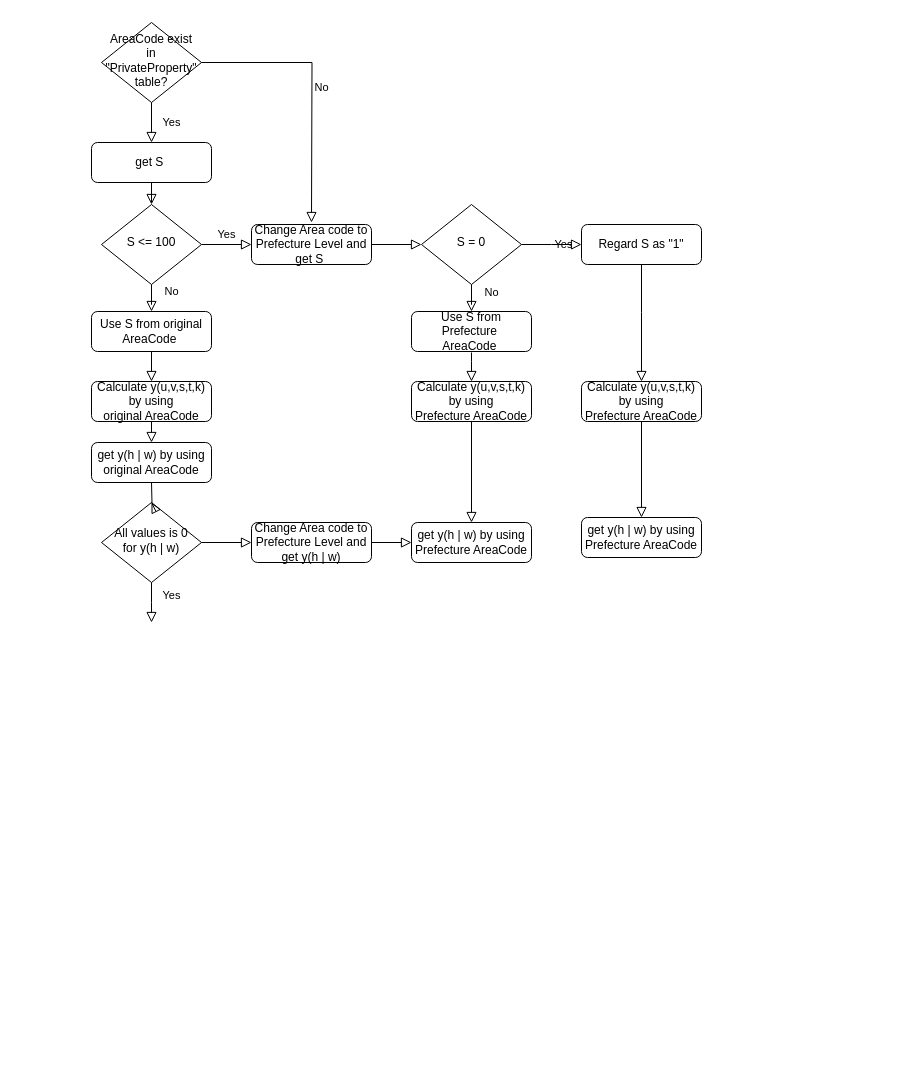
Above: project/StudioLOC Diagram.drawio in Asshi01/my-first-practice-web-app (draw.io), before the change. Source tidied: cells renumbered, new cells numbered last; positions are measured from the earlier drawing's top-left corner, leaving out a move shared by most shapes. Both pictures are drawn from the tidied source at 100%, with x=0, y=0 at pixel (91, 22).
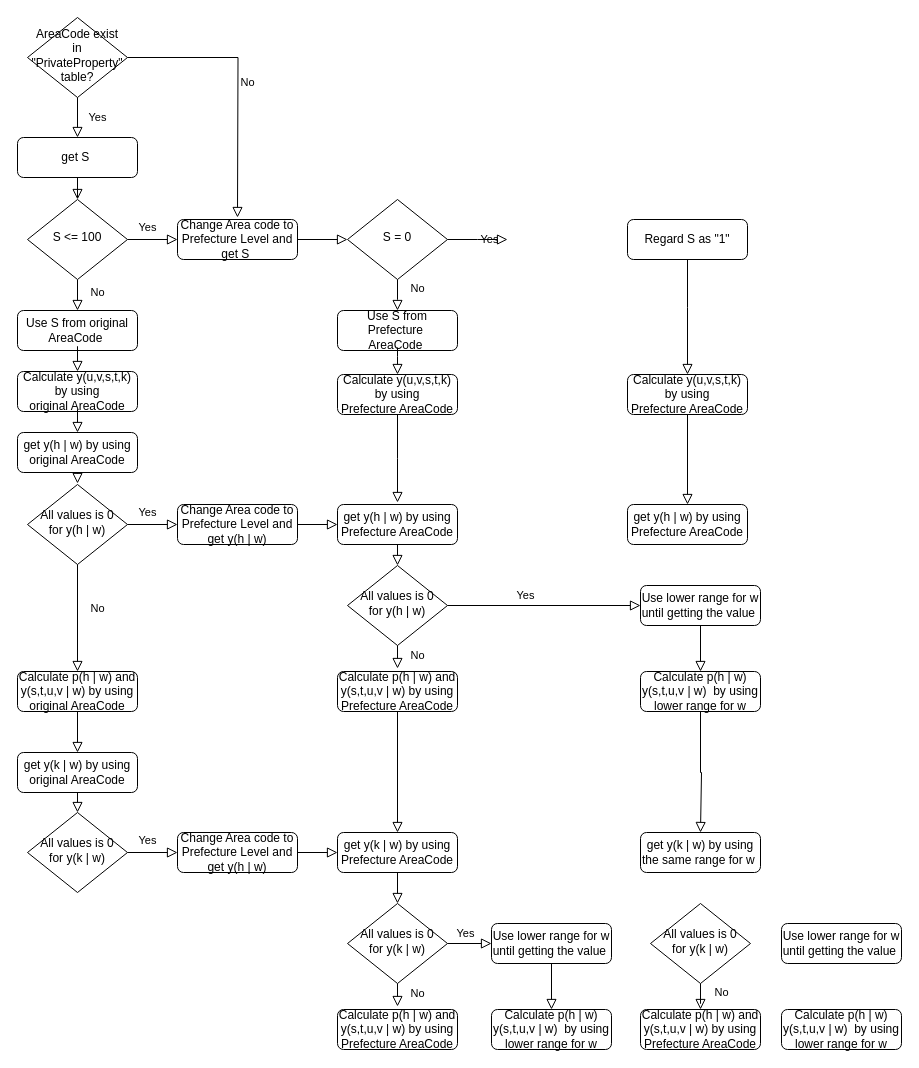
Above is the later version.

What changed in the source:
```diff
@@
     <mxCell id="3" value="get S&amp;nbsp;" style="rounded=1;whiteSpace=wrap;html=1;fontSize=12;glass=0;strokeWidth=1;shadow=0;" parent="1" vertex="1">
-      <mxGeometry y="120" width="120" height="40" as="geometry" />
+      <mxGeometry x="-74" y="115" width="120" height="40" as="geometry" />
     </mxCell>
@@
     <mxCell id="5" value="Yes" style="edgeStyle=orthogonalEdgeStyle;rounded=0;html=1;jettySize=auto;fontSize=11;endArrow=block;endFill=0;endSize=8;strokeWidth=1;shadow=0;labelBackgroundColor=none;" parent="1" edge="1" source="6" target="7">
-      <mxGeometry y="10" relative="1" as="geometry" />
+      <mxGeometry x="-0.2" y="12" relative="1" as="geometry" />
     </mxCell>
     <mxCell id="6" value="S &amp;lt;= 100" style="rhombus;whiteSpace=wrap;html=1;shadow=0;fontFamily=Helvetica;fontSize=12;align=center;strokeWidth=1;spacing=6;spacingTop=-4;" parent="1" vertex="1">
-      <mxGeometry x="10" y="182" width="100" height="80" as="geometry" />
+      <mxGeometry x="-64" y="177" width="100" height="80" as="geometry" />
     </mxCell>
     <mxCell id="7" value="Change Area code to Prefecture Level&amp;nbsp;and get S&amp;nbsp;" style="rounded=1;whiteSpace=wrap;html=1;fontSize=12;glass=0;strokeWidth=1;shadow=0;" parent="1" vertex="1">
-      <mxGeometry x="160" y="202" width="120" height="40" as="geometry" />
+      <mxGeometry x="86" y="197" width="120" height="40" as="geometry" />
     </mxCell>
     <mxCell id="8" value="Calculate y(u,v,s,t,k) by using&lt;br&gt;original AreaCode" style="rounded=1;whiteSpace=wrap;html=1;fontSize=12;glass=0;strokeWidth=1;shadow=0;" parent="1" vertex="1">
-      <mxGeometry y="359" width="120" height="40" as="geometry" />
+      <mxGeometry x="-74" y="349" width="120" height="40" as="geometry" />
     </mxCell>
     <mxCell id="9" value="S = 0" style="rhombus;whiteSpace=wrap;html=1;shadow=0;fontFamily=Helvetica;fontSize=12;align=center;strokeWidth=1;spacing=6;spacingTop=-4;" parent="1" vertex="1">
-      <mxGeometry x="330" y="182" width="100" height="80" as="geometry" />
+      <mxGeometry x="256" y="177" width="100" height="80" as="geometry" />
     </mxCell>
@@
     <mxCell id="11" value="Yes" style="edgeStyle=orthogonalEdgeStyle;rounded=0;html=1;jettySize=auto;fontSize=11;endArrow=block;endFill=0;endSize=8;strokeWidth=1;shadow=0;labelBackgroundColor=none;exitX=1;exitY=0.5;exitDx=0;exitDy=0;" parent="1" edge="1" source="9">
       <mxGeometry y="12" relative="1" as="geometry">
-        <mxPoint x="490" y="222" as="targetPoint" />
+        <mxPoint x="416" y="217" as="targetPoint" />
       </mxGeometry>
     </mxCell>
     <mxCell id="12" value="Regard S as &quot;1&quot;" style="rounded=1;whiteSpace=wrap;html=1;fontSize=12;glass=0;strokeWidth=1;shadow=0;" parent="1" vertex="1">
-      <mxGeometry x="490" y="202" width="120" height="40" as="geometry" />
+      <mxGeometry x="536" y="197" width="120" height="40" as="geometry" />
     </mxCell>
     <mxCell id="13" value="Use S from Prefecture&amp;nbsp;&lt;br&gt;AreaCode&amp;nbsp;" style="rounded=1;whiteSpace=wrap;html=1;fontSize=12;glass=0;strokeWidth=1;shadow=0;" parent="1" vertex="1">
-      <mxGeometry x="320" y="289" width="120" height="40" as="geometry" />
+      <mxGeometry x="246" y="288" width="120" height="40" as="geometry" />
     </mxCell>
     <mxCell id="14" value="Use S from original AreaCode&amp;nbsp;" style="rounded=1;whiteSpace=wrap;html=1;fontSize=12;glass=0;strokeWidth=1;shadow=0;" parent="1" vertex="1">
-      <mxGeometry y="289" width="120" height="40" as="geometry" />
+      <mxGeometry x="-74" y="288" width="120" height="40" as="geometry" />
     </mxCell>
     <mxCell id="15" value="No" style="rounded=0;html=1;jettySize=auto;fontSize=11;endArrow=block;endFill=0;endSize=8;strokeWidth=1;shadow=0;labelBackgroundColor=none;edgeStyle=orthogonalEdgeStyle;entryX=0.5;entryY=0;entryDx=0;entryDy=0;exitX=0.5;exitY=1;exitDx=0;exitDy=0;" parent="1" edge="1" source="9" target="13">
       <mxGeometry x="-0.41" y="20" relative="1" as="geometry">
         <Array as="points">
-          <mxPoint x="380" y="282" />
-          <mxPoint x="380" y="282" />
+          <mxPoint x="306" y="277" />
+          <mxPoint x="306" y="277" />
         </Array>
       </mxGeometry>
     </mxCell>
     <mxCell id="16" value="AreaCode exist in &quot;PrivateProperty&quot; table?" style="rhombus;whiteSpace=wrap;html=1;shadow=0;fontFamily=Helvetica;fontSize=12;align=center;strokeWidth=1;spacing=6;spacingTop=-4;" parent="1" vertex="1">
-      <mxGeometry x="10" width="100" height="80" as="geometry" />
+      <mxGeometry x="-64" y="-5" width="100" height="80" as="geometry" />
     </mxCell>
     <mxCell id="17" value="No" style="edgeStyle=orthogonalEdgeStyle;rounded=0;html=1;jettySize=auto;fontSize=11;endArrow=block;endFill=0;endSize=8;strokeWidth=1;shadow=0;labelBackgroundColor=none;exitX=1;exitY=0.5;exitDx=0;exitDy=0;" parent="1" edge="1" source="16">
       <mxGeometry y="10" relative="1" as="geometry">
-        <mxPoint x="220" y="200" as="targetPoint" />
+        <mxPoint x="146" y="195" as="targetPoint" />
       </mxGeometry>
     </mxCell>
@@
     <mxCell id="19" style="edgeStyle=orthogonalEdgeStyle;rounded=0;html=1;jettySize=auto;fontSize=11;endArrow=block;endFill=0;endSize=8;strokeWidth=1;shadow=0;labelBackgroundColor=none;entryX=0.5;entryY=0;entryDx=0;entryDy=0;exitX=0.5;exitY=1;exitDx=0;exitDy=0;" parent="1" edge="1" source="14" target="8">
       <mxGeometry x="-0.2" y="10" relative="1" as="geometry">
         <Array as="points">
-          <mxPoint x="60" y="329" />
-          <mxPoint x="60" y="329" />
+          <mxPoint x="-14" y="324" />
+          <mxPoint x="-14" y="324" />
         </Array>
       </mxGeometry>
     </mxCell>
     <mxCell id="20" value="Calculate y(u,v,s,t,k) by using&lt;br&gt;Prefecture AreaCode" style="rounded=1;whiteSpace=wrap;html=1;fontSize=12;glass=0;strokeWidth=1;shadow=0;" parent="1" vertex="1">
-      <mxGeometry x="320" y="359" width="120" height="40" as="geometry" />
+      <mxGeometry x="246" y="352" width="120" height="40" as="geometry" />
     </mxCell>
     <mxCell id="21" value="Calculate y(u,v,s,t,k) by using&lt;br&gt;Prefecture AreaCode" style="rounded=1;whiteSpace=wrap;html=1;fontSize=12;glass=0;strokeWidth=1;shadow=0;" parent="1" vertex="1">
-      <mxGeometry x="490" y="359" width="120" height="40" as="geometry" />
+      <mxGeometry x="536" y="352" width="120" height="40" as="geometry" />
     </mxCell>
     <mxCell id="22" style="edgeStyle=orthogonalEdgeStyle;rounded=0;html=1;jettySize=auto;fontSize=11;endArrow=block;endFill=0;endSize=8;strokeWidth=1;shadow=0;labelBackgroundColor=none;entryX=0.5;entryY=0;entryDx=0;entryDy=0;" parent="1" edge="1" target="20">
       <mxGeometry x="-0.2" y="10" relative="1" as="geometry">
-        <mxPoint x="380" y="330" as="sourcePoint" />
+        <mxPoint x="306" y="325" as="sourcePoint" />
         <Array as="points">
-          <mxPoint x="380" y="339" />
-          <mxPoint x="380" y="339" />
+          <mxPoint x="306" y="334" />
+          <mxPoint x="306" y="334" />
         </Array>
       </mxGeometry>
     </mxCell>
     <mxCell id="23" style="edgeStyle=orthogonalEdgeStyle;rounded=0;html=1;jettySize=auto;fontSize=11;endArrow=block;endFill=0;endSize=8;strokeWidth=1;shadow=0;labelBackgroundColor=none;entryX=0.5;entryY=0;entryDx=0;entryDy=0;exitX=0.5;exitY=1;exitDx=0;exitDy=0;" parent="1" edge="1" source="12" target="21">
       <mxGeometry x="-0.2" y="10" relative="1" as="geometry">
         <Array as="points">
-          <mxPoint x="550" y="290" />
-          <mxPoint x="550" y="290" />
+          <mxPoint x="596" y="285" />
+          <mxPoint x="596" y="285" />
         </Array>
       </mxGeometry>
     </mxCell>
     <mxCell id="24" value="get y(h | w) by using&lt;br&gt;original AreaCode" style="rounded=1;whiteSpace=wrap;html=1;fontSize=12;glass=0;strokeWidth=1;shadow=0;" parent="1" vertex="1">
-      <mxGeometry y="420" width="120" height="40" as="geometry" />
+      <mxGeometry x="-74" y="410" width="120" height="40" as="geometry" />
     </mxCell>
     <mxCell id="25" value="All values is 0 for y(h | w)" style="rhombus;whiteSpace=wrap;html=1;shadow=0;fontFamily=Helvetica;fontSize=12;align=center;strokeWidth=1;spacing=6;spacingTop=-4;" parent="1" vertex="1">
-      <mxGeometry x="10" y="480" width="100" height="80" as="geometry" />
+      <mxGeometry x="-64" y="462" width="100" height="80" as="geometry" />
     </mxCell>
-    <mxCell id="26" value="Yes" style="rounded=0;html=1;jettySize=auto;fontSize=11;endArrow=block;endFill=0;endSize=8;strokeWidth=1;shadow=0;labelBackgroundColor=none;edgeStyle=orthogonalEdgeStyle;exitX=0.5;exitY=1;exitDx=0;exitDy=0;" parent="1" edge="1" source="25">
-      <mxGeometry x="-0.33" y="20" relative="1" as="geometry">
-        <mxPoint x="60" y="600" as="targetPoint" />
-        <Array as="points">
-          <mxPoint x="60" y="580" />
-          <mxPoint x="60" y="580" />
-        </Array>
-      </mxGeometry>
+    <mxCell id="26" value="No" style="rounded=0;html=1;jettySize=auto;fontSize=11;endArrow=block;endFill=0;endSize=8;strokeWidth=1;shadow=0;labelBackgroundColor=none;edgeStyle=orthogonalEdgeStyle;exitX=0.5;exitY=1;exitDx=0;exitDy=0;entryX=0.5;entryY=0;entryDx=0;entryDy=0;" parent="1" edge="1" source="25" target="36">
+      <mxGeometry x="-0.17" y="20" relative="1" as="geometry" />
     </mxCell>
     <mxCell id="27" value="Change Area code to Prefecture Level&amp;nbsp;and get y(h | w)" style="rounded=1;whiteSpace=wrap;html=1;fontSize=12;glass=0;strokeWidth=1;shadow=0;" parent="1" vertex="1">
-      <mxGeometry x="160" y="500" width="120" height="40" as="geometry" />
+      <mxGeometry x="86" y="482" width="120" height="40" as="geometry" />
     </mxCell>
     <mxCell id="28" value="get y(h | w) by using&lt;br&gt;Prefecture AreaCode" style="rounded=1;whiteSpace=wrap;html=1;fontSize=12;glass=0;strokeWidth=1;shadow=0;" parent="1" vertex="1">
-      <mxGeometry x="320" y="500" width="120" height="40" as="geometry" />
+      <mxGeometry x="246" y="482" width="120" height="40" as="geometry" />
     </mxCell>
     <mxCell id="29" value="get y(h | w) by using&lt;br&gt;Prefecture AreaCode" style="rounded=1;whiteSpace=wrap;html=1;fontSize=12;glass=0;strokeWidth=1;shadow=0;" parent="1" vertex="1">
-      <mxGeometry x="490" y="495" width="120" height="40" as="geometry" />
+      <mxGeometry x="536" y="482" width="120" height="40" as="geometry" />
     </mxCell>
     <mxCell id="30" style="edgeStyle=orthogonalEdgeStyle;rounded=0;html=1;jettySize=auto;fontSize=11;endArrow=block;endFill=0;endSize=8;strokeWidth=1;shadow=0;labelBackgroundColor=none;entryX=0.5;entryY=0;entryDx=0;entryDy=0;exitX=0.5;exitY=1;exitDx=0;exitDy=0;" parent="1" edge="1" source="8" target="24">
       <mxGeometry x="-0.2" y="10" relative="1" as="geometry">
         <Array as="points">
-          <mxPoint x="60" y="410" />
-          <mxPoint x="60" y="410" />
+          <mxPoint x="-14" y="387" />
+          <mxPoint x="-14" y="387" />
         </Array>
       </mxGeometry>
     </mxCell>
-    <mxCell id="31" style="edgeStyle=orthogonalEdgeStyle;rounded=0;html=1;jettySize=auto;fontSize=11;endArrow=block;endFill=0;endSize=8;strokeWidth=1;shadow=0;labelBackgroundColor=none;" parent="1" edge="1" target="25">
+    <mxCell id="31" style="edgeStyle=orthogonalEdgeStyle;rounded=0;html=1;jettySize=auto;fontSize=11;endArrow=block;endFill=0;endSize=8;strokeWidth=1;shadow=0;labelBackgroundColor=none;exitX=0.5;exitY=1;exitDx=0;exitDy=0;" parent="1" edge="1" source="24">
       <mxGeometry x="-0.2" y="10" relative="1" as="geometry">
-        <mxPoint x="60" y="460" as="sourcePoint" />
+        <mxPoint x="-14" y="461" as="targetPoint" />
       </mxGeometry>
     </mxCell>
@@
-    <mxCell id="33" style="edgeStyle=orthogonalEdgeStyle;rounded=0;html=1;jettySize=auto;fontSize=11;endArrow=block;endFill=0;endSize=8;strokeWidth=1;shadow=0;labelBackgroundColor=none;entryX=0;entryY=0.5;entryDx=0;entryDy=0;exitX=1;exitY=0.5;exitDx=0;exitDy=0;" parent="1" edge="1" source="25" target="27">
-      <mxGeometry x="-0.2" y="10" relative="1" as="geometry" />
-    </mxCell>
     <mxCell id="34" style="edgeStyle=orthogonalEdgeStyle;rounded=0;html=1;jettySize=auto;fontSize=11;endArrow=block;endFill=0;endSize=8;strokeWidth=1;shadow=0;labelBackgroundColor=none;" parent="1" edge="1" source="20">
       <mxGeometry x="-0.2" y="10" relative="1" as="geometry">
-        <mxPoint x="380" y="500" as="targetPoint" />
+        <mxPoint x="306" y="480" as="targetPoint" />
       </mxGeometry>
     </mxCell>
@@
+    <mxCell id="36" value="Calculate p(h | w) and y(s,t,u,v | w) by using&lt;br&gt;original AreaCode" style="rounded=1;whiteSpace=wrap;html=1;fontSize=12;glass=0;strokeWidth=1;shadow=0;" parent="1" vertex="1">
+      <mxGeometry x="-74" y="649" width="120" height="40" as="geometry" />
+    </mxCell>
+    <mxCell id="33" value="Yes" style="edgeStyle=orthogonalEdgeStyle;rounded=0;html=1;jettySize=auto;fontSize=11;endArrow=block;endFill=0;endSize=8;strokeWidth=1;shadow=0;labelBackgroundColor=none;exitX=1;exitY=0.5;exitDx=0;exitDy=0;entryX=0;entryY=0.5;entryDx=0;entryDy=0;" parent="1" edge="1" source="25" target="27">
+      <mxGeometry x="-0.2" y="12" relative="1" as="geometry" />
+    </mxCell>
+    <mxCell id="37" value="All values is 0 for y(h | w)" style="rhombus;whiteSpace=wrap;html=1;shadow=0;fontFamily=Helvetica;fontSize=12;align=center;strokeWidth=1;spacing=6;spacingTop=-4;" parent="1" vertex="1">
+      <mxGeometry x="256" y="543" width="100" height="80" as="geometry" />
+    </mxCell>
+    <mxCell id="38" value="Use lower range for w&lt;br&gt;until getting the value&amp;nbsp;" style="rounded=1;whiteSpace=wrap;html=1;fontSize=12;glass=0;strokeWidth=1;shadow=0;" parent="1" vertex="1">
+      <mxGeometry x="549" y="563" width="120" height="40" as="geometry" />
+    </mxCell>
+    <mxCell id="39" value="Calculate p(h | w) and y(s,t,u,v | w) by using&lt;br&gt;Prefecture AreaCode" style="rounded=1;whiteSpace=wrap;html=1;fontSize=12;glass=0;strokeWidth=1;shadow=0;" parent="1" vertex="1">
+      <mxGeometry x="246" y="649" width="120" height="40" as="geometry" />
+    </mxCell>
+    <mxCell id="40" value="No" style="rounded=0;html=1;jettySize=auto;fontSize=11;endArrow=block;endFill=0;endSize=8;strokeWidth=1;shadow=0;labelBackgroundColor=none;edgeStyle=orthogonalEdgeStyle;exitX=0.5;exitY=1;exitDx=0;exitDy=0;" parent="1" edge="1" source="37">
+      <mxGeometry x="-0.17" y="20" relative="1" as="geometry">
+        <mxPoint x="306" y="646" as="targetPoint" />
+      </mxGeometry>
+    </mxCell>
+    <mxCell id="41" style="edgeStyle=orthogonalEdgeStyle;rounded=0;html=1;jettySize=auto;fontSize=11;endArrow=block;endFill=0;endSize=8;strokeWidth=1;shadow=0;labelBackgroundColor=none;exitX=0.5;exitY=1;exitDx=0;exitDy=0;entryX=0.5;entryY=0;entryDx=0;entryDy=0;" parent="1" edge="1" source="28" target="37">
+      <mxGeometry x="-0.2" y="10" relative="1" as="geometry" />
+    </mxCell>
+    <mxCell id="42" value="Yes" style="edgeStyle=orthogonalEdgeStyle;rounded=0;html=1;jettySize=auto;fontSize=11;endArrow=block;endFill=0;endSize=8;strokeWidth=1;shadow=0;labelBackgroundColor=none;exitX=1;exitY=0.5;exitDx=0;exitDy=0;entryX=0;entryY=0.5;entryDx=0;entryDy=0;" parent="1" edge="1" source="37" target="38">
+      <mxGeometry x="-0.19" y="10" relative="1" as="geometry" />
+    </mxCell>
+    <mxCell id="43" value="Calculate p(h | w) y(s,t,u,v | w)&amp;nbsp;&amp;nbsp;by using lower range for w" style="rounded=1;whiteSpace=wrap;html=1;fontSize=12;glass=0;strokeWidth=1;shadow=0;" parent="1" vertex="1">
+      <mxGeometry x="549" y="649" width="120" height="40" as="geometry" />
+    </mxCell>
+    <mxCell id="44" style="edgeStyle=orthogonalEdgeStyle;rounded=0;html=1;jettySize=auto;fontSize=11;endArrow=block;endFill=0;endSize=8;strokeWidth=1;shadow=0;labelBackgroundColor=none;" parent="1" edge="1" source="38" target="43">
+      <mxGeometry x="-0.2" y="10" relative="1" as="geometry" />
+    </mxCell>
+    <mxCell id="45" value="get y(k | w) by using&lt;br&gt;original AreaCode" style="rounded=1;whiteSpace=wrap;html=1;fontSize=12;glass=0;strokeWidth=1;shadow=0;" parent="1" vertex="1">
+      <mxGeometry x="-74" y="730" width="120" height="40" as="geometry" />
+    </mxCell>
+    <mxCell id="46" style="edgeStyle=orthogonalEdgeStyle;rounded=0;html=1;jettySize=auto;fontSize=11;endArrow=block;endFill=0;endSize=8;strokeWidth=1;shadow=0;labelBackgroundColor=none;entryX=0.5;entryY=0;entryDx=0;entryDy=0;" parent="1" edge="1" source="36" target="45">
+      <mxGeometry x="-0.2" y="10" relative="1" as="geometry" />
+    </mxCell>
+    <mxCell id="47" value="All values is 0 for y(k | w)" style="rhombus;whiteSpace=wrap;html=1;shadow=0;fontFamily=Helvetica;fontSize=12;align=center;strokeWidth=1;spacing=6;spacingTop=-4;" parent="1" vertex="1">
+      <mxGeometry x="-64" y="790" width="100" height="80" as="geometry" />
+    </mxCell>
+    <mxCell id="48" value="Change Area code to Prefecture Level&amp;nbsp;and get y(h | w)" style="rounded=1;whiteSpace=wrap;html=1;fontSize=12;glass=0;strokeWidth=1;shadow=0;" parent="1" vertex="1">
+      <mxGeometry x="86" y="810" width="120" height="40" as="geometry" />
+    </mxCell>
+    <mxCell id="49" value="get y(k | w) by using&lt;br&gt;Prefecture AreaCode" style="rounded=1;whiteSpace=wrap;html=1;fontSize=12;glass=0;strokeWidth=1;shadow=0;" parent="1" vertex="1">
+      <mxGeometry x="246" y="810" width="120" height="40" as="geometry" />
+    </mxCell>
+    <mxCell id="50" value="All values is 0 for y(k | w)" style="rhombus;whiteSpace=wrap;html=1;shadow=0;fontFamily=Helvetica;fontSize=12;align=center;strokeWidth=1;spacing=6;spacingTop=-4;" parent="1" vertex="1">
+      <mxGeometry x="256" y="881" width="100" height="80" as="geometry" />
+    </mxCell>
+    <mxCell id="51" value="Use lower range for w&lt;br&gt;until getting the value&amp;nbsp;" style="rounded=1;whiteSpace=wrap;html=1;fontSize=12;glass=0;strokeWidth=1;shadow=0;" parent="1" vertex="1">
+      <mxGeometry x="400" y="901" width="120" height="40" as="geometry" />
+    </mxCell>
+    <mxCell id="52" value="Calculate p(h | w) and y(s,t,u,v | w) by using&lt;br&gt;Prefecture AreaCode" style="rounded=1;whiteSpace=wrap;html=1;fontSize=12;glass=0;strokeWidth=1;shadow=0;" parent="1" vertex="1">
+      <mxGeometry x="246" y="987" width="120" height="40" as="geometry" />
+    </mxCell>
+    <mxCell id="53" value="No" style="rounded=0;html=1;jettySize=auto;fontSize=11;endArrow=block;endFill=0;endSize=8;strokeWidth=1;shadow=0;labelBackgroundColor=none;edgeStyle=orthogonalEdgeStyle;exitX=0.5;exitY=1;exitDx=0;exitDy=0;" parent="1" edge="1" source="50">
+      <mxGeometry x="-0.17" y="20" relative="1" as="geometry">
+        <mxPoint x="306" y="984" as="targetPoint" />
+      </mxGeometry>
+    </mxCell>
+    <mxCell id="54" value="Yes" style="edgeStyle=orthogonalEdgeStyle;rounded=0;html=1;jettySize=auto;fontSize=11;endArrow=block;endFill=0;endSize=8;strokeWidth=1;shadow=0;labelBackgroundColor=none;exitX=1;exitY=0.5;exitDx=0;exitDy=0;entryX=0;entryY=0.5;entryDx=0;entryDy=0;" parent="1" edge="1" source="50" target="51">
+      <mxGeometry x="-0.19" y="10" relative="1" as="geometry" />
+    </mxCell>
+    <mxCell id="55" value="Yes" style="edgeStyle=orthogonalEdgeStyle;rounded=0;html=1;jettySize=auto;fontSize=11;endArrow=block;endFill=0;endSize=8;strokeWidth=1;shadow=0;labelBackgroundColor=none;entryX=0;entryY=0.5;entryDx=0;entryDy=0;" parent="1" edge="1" source="47" target="48">
+      <mxGeometry x="-0.2" y="12" relative="1" as="geometry" />
+    </mxCell>
+    <mxCell id="56" style="edgeStyle=orthogonalEdgeStyle;rounded=0;html=1;jettySize=auto;fontSize=11;endArrow=block;endFill=0;endSize=8;strokeWidth=1;shadow=0;labelBackgroundColor=none;entryX=0.5;entryY=0;entryDx=0;entryDy=0;" parent="1" edge="1" target="47">
+      <mxGeometry x="-0.2" y="10" relative="1" as="geometry">
+        <mxPoint x="-14" y="770" as="sourcePoint" />
+      </mxGeometry>
+    </mxCell>
+    <mxCell id="57" style="edgeStyle=orthogonalEdgeStyle;rounded=0;html=1;jettySize=auto;fontSize=11;endArrow=block;endFill=0;endSize=8;strokeWidth=1;shadow=0;labelBackgroundColor=none;entryX=0;entryY=0.5;entryDx=0;entryDy=0;exitX=1;exitY=0.5;exitDx=0;exitDy=0;" parent="1" edge="1" source="48" target="49">
+      <mxGeometry x="-0.2" y="10" relative="1" as="geometry" />
+    </mxCell>
+    <mxCell id="58" style="edgeStyle=orthogonalEdgeStyle;rounded=0;html=1;jettySize=auto;fontSize=11;endArrow=block;endFill=0;endSize=8;strokeWidth=1;shadow=0;labelBackgroundColor=none;exitX=0.5;exitY=1;exitDx=0;exitDy=0;" parent="1" edge="1" source="49" target="50">
+      <mxGeometry x="-0.2" y="10" relative="1" as="geometry" />
+    </mxCell>
+    <mxCell id="59" style="edgeStyle=orthogonalEdgeStyle;rounded=0;html=1;jettySize=auto;fontSize=11;endArrow=block;endFill=0;endSize=8;strokeWidth=1;shadow=0;labelBackgroundColor=none;entryX=0.5;entryY=0;entryDx=0;entryDy=0;exitX=0.5;exitY=1;exitDx=0;exitDy=0;" parent="1" edge="1" source="39" target="49">
+      <mxGeometry x="-0.2" y="10" relative="1" as="geometry" />
+    </mxCell>
+    <mxCell id="60" value="Calculate p(h | w) y(s,t,u,v | w)&amp;nbsp;&amp;nbsp;by using lower range for w" style="rounded=1;whiteSpace=wrap;html=1;fontSize=12;glass=0;strokeWidth=1;shadow=0;" parent="1" vertex="1">
+      <mxGeometry x="400" y="987" width="120" height="40" as="geometry" />
+    </mxCell>
+    <mxCell id="61" value="get y(k | w) by using&lt;br&gt;the same range for w&amp;nbsp;" style="rounded=1;whiteSpace=wrap;html=1;fontSize=12;glass=0;strokeWidth=1;shadow=0;" parent="1" vertex="1">
+      <mxGeometry x="549" y="810" width="120" height="40" as="geometry" />
+    </mxCell>
+    <mxCell id="62" style="edgeStyle=orthogonalEdgeStyle;rounded=0;html=1;jettySize=auto;fontSize=11;endArrow=block;endFill=0;endSize=8;strokeWidth=1;shadow=0;labelBackgroundColor=none;exitX=0.5;exitY=1;exitDx=0;exitDy=0;entryX=0.5;entryY=0;entryDx=0;entryDy=0;" parent="1" edge="1" source="43" target="61">
+      <mxGeometry x="-0.2" y="10" relative="1" as="geometry">
+        <Array as="points">
+          <mxPoint x="609" y="750" />
+          <mxPoint x="610" y="750" />
+        </Array>
+      </mxGeometry>
+    </mxCell>
+    <mxCell id="63" value="All values is 0 for y(k | w)" style="rhombus;whiteSpace=wrap;html=1;shadow=0;fontFamily=Helvetica;fontSize=12;align=center;strokeWidth=1;spacing=6;spacingTop=-4;" parent="1" vertex="1">
+      <mxGeometry x="559" y="881" width="100" height="80" as="geometry" />
+    </mxCell>
+    <mxCell id="64" value="Use lower range for w&lt;br&gt;until getting the value&amp;nbsp;" style="rounded=1;whiteSpace=wrap;html=1;fontSize=12;glass=0;strokeWidth=1;shadow=0;" parent="1" vertex="1">
+      <mxGeometry x="690" y="901" width="120" height="40" as="geometry" />
+    </mxCell>
+    <mxCell id="65" value="Calculate p(h | w) y(s,t,u,v | w)&amp;nbsp;&amp;nbsp;by using lower range for w" style="rounded=1;whiteSpace=wrap;html=1;fontSize=12;glass=0;strokeWidth=1;shadow=0;" parent="1" vertex="1">
+      <mxGeometry x="690" y="987" width="120" height="40" as="geometry" />
+    </mxCell>
+    <mxCell id="66" style="edgeStyle=orthogonalEdgeStyle;rounded=0;html=1;jettySize=auto;fontSize=11;endArrow=block;endFill=0;endSize=8;strokeWidth=1;shadow=0;labelBackgroundColor=none;exitX=0.5;exitY=1;exitDx=0;exitDy=0;" parent="1" edge="1" source="51" target="60">
+      <mxGeometry x="-0.2" y="10" relative="1" as="geometry" />
+    </mxCell>
+    <mxCell id="67" value="No" style="rounded=0;html=1;jettySize=auto;fontSize=11;endArrow=block;endFill=0;endSize=8;strokeWidth=1;shadow=0;labelBackgroundColor=none;edgeStyle=orthogonalEdgeStyle;entryX=0.5;entryY=0;entryDx=0;entryDy=0;" parent="1" edge="1" source="63" target="68">
+      <mxGeometry x="0.37" y="21" relative="1" as="geometry" />
+    </mxCell>
+    <mxCell id="68" value="Calculate p(h | w) and y(s,t,u,v | w) by using&lt;br&gt;Prefecture AreaCode" style="rounded=1;whiteSpace=wrap;html=1;fontSize=12;glass=0;strokeWidth=1;shadow=0;" parent="1" vertex="1">
+      <mxGeometry x="549" y="987" width="120" height="40" as="geometry" />
+    </mxCell>
```
